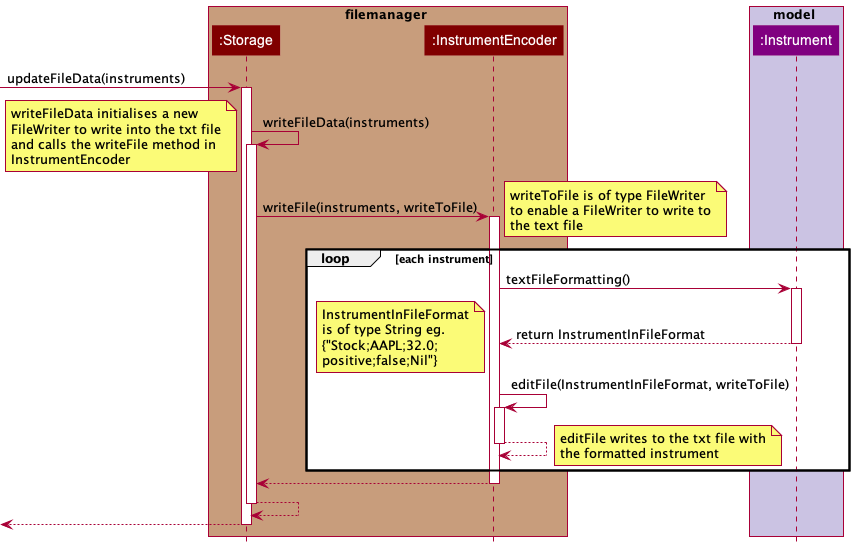
williamlamjy/mTracker keeps this PlantUML diagram as docs/images/FileManagerEncodingSequenceDiag.png. Above is the earlier version.
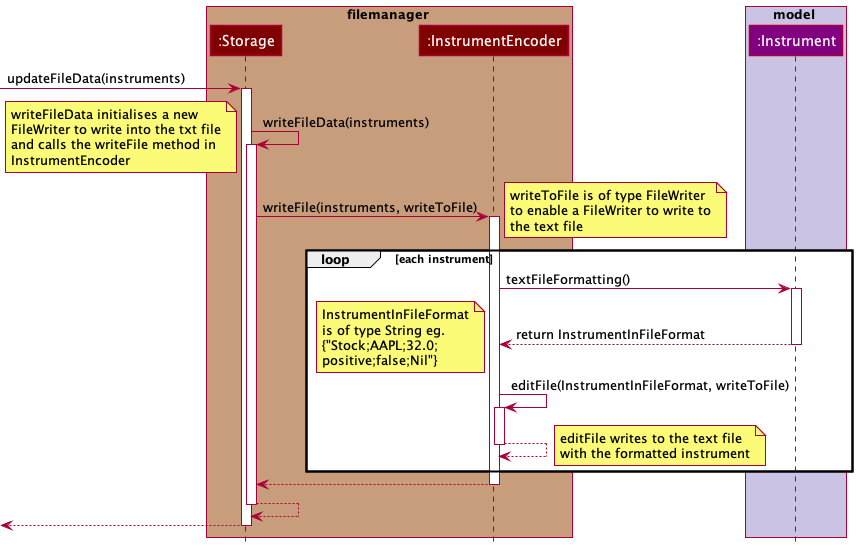
Later version of the same file.

What changed in the source:
```diff
@@ -50,8 +50,8 @@
     deactivate InstrumentEncoder
 
     note right
-    editFile writes to the txt file with
-    the formatted instrument
+    editFile writes to the text file
+    with the formatted instrument
     end note
 
 end
```
